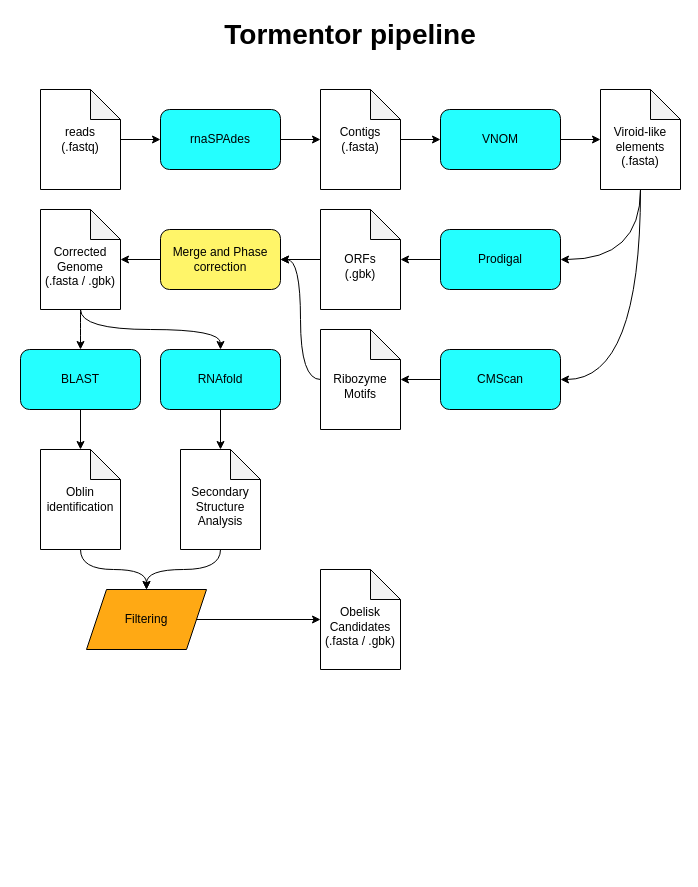
Above: assets/workflow.drawio in sutormin94/tormentor_se (draw.io), before the change. Source tidied: cells renumbered, new cells numbered last; positions are measured from the earlier drawing's top-left corner, leaving out a move shared by most shapes. Both pictures are drawn from the tidied source at 100%, with x=0, y=0 at pixel (20, 19).
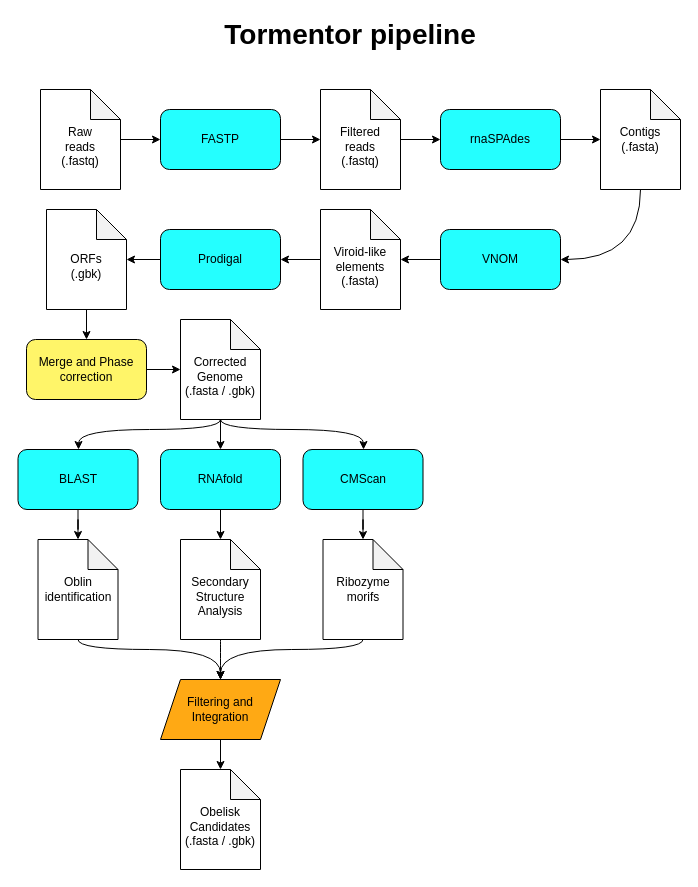
After the change.

The edit, as a diff of the source:
```diff
@@
     <mxCell id="2" value="rnaSPAdes" style="rounded=1;whiteSpace=wrap;html=1;fillColor=#24FFFF;" parent="1" vertex="1">
-      <mxGeometry x="140" y="90" width="120" height="60" as="geometry" />
+      <mxGeometry x="420" y="90" width="120" height="60" as="geometry" />
     </mxCell>
@@
-    <mxCell id="4" value="reads&lt;div&gt;(.fastq)&lt;/div&gt;" style="shape=note;whiteSpace=wrap;html=1;backgroundOutline=1;darkOpacity=0.05;" parent="1" vertex="1">
-      <mxGeometry x="20" y="70" width="80" height="100" as="geometry" />
+    <mxCell id="4" value="&lt;div&gt;&lt;br&gt;&lt;/div&gt;&lt;div&gt;Filtered&lt;/div&gt;reads&lt;div&gt;(.fastq)&lt;/div&gt;" style="shape=note;whiteSpace=wrap;html=1;backgroundOutline=1;darkOpacity=0.05;" parent="1" vertex="1">
+      <mxGeometry x="300" y="70" width="80" height="100" as="geometry" />
     </mxCell>
-    <mxCell id="5" style="edgeStyle=orthogonalEdgeStyle;rounded=0;jettySize=auto;html=1;entryX=0;entryY=0.5;entryDx=0;entryDy=0;" parent="1" edge="1" source="6" target="8">
-      <mxGeometry relative="1" as="geometry" />
+    <mxCell id="5" style="edgeStyle=orthogonalEdgeStyle;rounded=0;jettySize=auto;html=1;entryX=1;entryY=0.5;entryDx=0;entryDy=0;curved=1;" parent="1" edge="1" source="6" target="8">
+      <mxGeometry relative="1" as="geometry">
+        <Array as="points">
+          <mxPoint x="620" y="240" />
+        </Array>
+      </mxGeometry>
     </mxCell>
     <mxCell id="6" value="&lt;div&gt;Contigs&lt;/div&gt;&lt;div&gt;(.fasta)&lt;/div&gt;" style="shape=note;whiteSpace=wrap;html=1;backgroundOutline=1;darkOpacity=0.05;" parent="1" vertex="1">
-      <mxGeometry x="300" y="70" width="80" height="100" as="geometry" />
+      <mxGeometry x="580" y="70" width="80" height="100" as="geometry" />
     </mxCell>
-    <mxCell id="7" style="edgeStyle=orthogonalEdgeStyle;rounded=0;jettySize=auto;html=1;entryX=0;entryY=0.5;entryDx=0;entryDy=0;entryPerimeter=0;" parent="1" edge="1" source="2" target="6">
-      <mxGeometry relative="1" as="geometry" />
-    </mxCell>
+    <mxCell id="12" style="edgeStyle=orthogonalEdgeStyle;rounded=0;jettySize=auto;html=1;" parent="1" edge="1" source="8" target="11">
+      <mxGeometry relative="1" as="geometry" />
+    </mxCell>
     <mxCell id="8" value="VNOM" style="rounded=1;whiteSpace=wrap;html=1;fillColor=#24FFFF;" parent="1" vertex="1">
-      <mxGeometry x="420" y="90" width="120" height="60" as="geometry" />
+      <mxGeometry x="420" y="210" width="120" height="60" as="geometry" />
     </mxCell>
-    <mxCell id="9" style="edgeStyle=orthogonalEdgeStyle;rounded=0;jettySize=auto;html=1;entryX=1;entryY=0.5;entryDx=0;entryDy=0;curved=1;" parent="1" edge="1" source="11" target="14">
-      <mxGeometry relative="1" as="geometry">
-        <Array as="points">
-          <mxPoint x="620" y="240" />
-        </Array>
-      </mxGeometry>
+    <mxCell id="9" style="edgeStyle=orthogonalEdgeStyle;rounded=0;jettySize=auto;html=1;entryX=1;entryY=0.5;entryDx=0;entryDy=0;" parent="1" edge="1" source="11" target="14">
+      <mxGeometry relative="1" as="geometry" />
     </mxCell>
-    <mxCell id="10" style="edgeStyle=orthogonalEdgeStyle;rounded=0;jettySize=auto;html=1;entryX=1;entryY=0.5;entryDx=0;entryDy=0;curved=1;" parent="1" edge="1" source="11" target="18">
-      <mxGeometry relative="1" as="geometry">
-        <Array as="points">
-          <mxPoint x="620" y="360" />
-        </Array>
-      </mxGeometry>
-    </mxCell>
     <mxCell id="11" value="&lt;div&gt;&lt;br&gt;&lt;/div&gt;Viroid-like&lt;div&gt;elements&lt;/div&gt;&lt;div&gt;(.fasta)&lt;/div&gt;" style="shape=note;whiteSpace=wrap;html=1;backgroundOutline=1;darkOpacity=0.05;" parent="1" vertex="1">
-      <mxGeometry x="580" y="70" width="80" height="100" as="geometry" />
+      <mxGeometry x="300" y="190" width="80" height="100" as="geometry" />
     </mxCell>
-    <mxCell id="12" style="edgeStyle=orthogonalEdgeStyle;rounded=0;jettySize=auto;html=1;entryX=0;entryY=0.5;entryDx=0;entryDy=0;entryPerimeter=0;" parent="1" edge="1" source="8" target="11">
-      <mxGeometry relative="1" as="geometry" />
-    </mxCell>
@@
     <mxCell id="14" value="Prodigal" style="rounded=1;whiteSpace=wrap;html=1;fillColor=#24FFFF;" parent="1" vertex="1">
-      <mxGeometry x="420" y="210" width="120" height="60" as="geometry" />
+      <mxGeometry x="140" y="210" width="120" height="60" as="geometry" />
     </mxCell>
-    <mxCell id="15" style="edgeStyle=orthogonalEdgeStyle;rounded=0;jettySize=auto;html=1;" parent="1" edge="1" source="16" target="22">
+    <mxCell id="15" style="edgeStyle=orthogonalEdgeStyle;rounded=0;jettySize=auto;html=1;entryX=0.5;entryY=0;entryDx=0;entryDy=0;" parent="1" edge="1" source="16" target="22">
       <mxGeometry relative="1" as="geometry" />
     </mxCell>
     <mxCell id="16" value="&lt;div&gt;&lt;br&gt;&lt;/div&gt;ORFs&lt;div&gt;(.gbk)&lt;/div&gt;" style="shape=note;whiteSpace=wrap;html=1;backgroundOutline=1;darkOpacity=0.05;" parent="1" vertex="1">
-      <mxGeometry x="300" y="190" width="80" height="100" as="geometry" />
+      <mxGeometry x="26" y="190" width="80" height="100" as="geometry" />
     </mxCell>
-    <mxCell id="17" style="edgeStyle=orthogonalEdgeStyle;rounded=0;jettySize=auto;html=1;" parent="1" edge="1" source="18" target="20">
-      <mxGeometry relative="1" as="geometry" />
-    </mxCell>
+    <mxCell id="38" style="edgeStyle=orthogonalEdgeStyle;rounded=0;jettySize=auto;html=1;" parent="1" edge="1" source="18" target="45">
+      <mxGeometry relative="1" as="geometry" />
+    </mxCell>
     <mxCell id="18" value="CMScan" style="rounded=1;whiteSpace=wrap;html=1;fillColor=#24FFFF;" parent="1" vertex="1">
-      <mxGeometry x="420" y="330" width="120" height="60" as="geometry" />
+      <mxGeometry x="282.5" y="430" width="120" height="60" as="geometry" />
     </mxCell>
-    <mxCell id="19" style="edgeStyle=orthogonalEdgeStyle;rounded=0;jettySize=auto;html=1;entryX=1;entryY=0.5;entryDx=0;entryDy=0;curved=1;" parent="1" edge="1" source="20" target="22">
-      <mxGeometry relative="1" as="geometry" />
-    </mxCell>
-    <mxCell id="20" value="&lt;div&gt;&lt;br&gt;&lt;/div&gt;Ribozyme&lt;div&gt;Motifs&lt;/div&gt;" style="shape=note;whiteSpace=wrap;html=1;backgroundOutline=1;darkOpacity=0.05;" parent="1" vertex="1">
-      <mxGeometry x="300" y="310" width="80" height="100" as="geometry" />
-    </mxCell>
-    <mxCell id="21" style="edgeStyle=orthogonalEdgeStyle;rounded=0;jettySize=auto;html=1;" parent="1" edge="1" source="22" target="25">
-      <mxGeometry relative="1" as="geometry" />
-    </mxCell>
     <mxCell id="22" value="Merge and Phase&lt;div&gt;correction&lt;/div&gt;" style="rounded=1;whiteSpace=wrap;html=1;fillColor=#FFF569;" parent="1" vertex="1">
-      <mxGeometry x="140" y="210" width="120" height="60" as="geometry" />
+      <mxGeometry x="6" y="320" width="120" height="60" as="geometry" />
     </mxCell>
-    <mxCell id="23" style="edgeStyle=orthogonalEdgeStyle;rounded=0;jettySize=auto;html=1;entryX=0.5;entryY=0;entryDx=0;entryDy=0;curved=1;" parent="1" edge="1" source="25" target="32">
-      <mxGeometry relative="1" as="geometry" />
+    <mxCell id="23" style="edgeStyle=orthogonalEdgeStyle;rounded=0;jettySize=auto;html=1;curved=1;" parent="1" edge="1" source="25" target="32">
+      <mxGeometry relative="1" as="geometry">
+        <Array as="points">
+          <mxPoint x="200" y="410" />
+          <mxPoint x="58" y="410" />
+        </Array>
+      </mxGeometry>
     </mxCell>
-    <mxCell id="24" style="edgeStyle=orthogonalEdgeStyle;rounded=0;jettySize=auto;html=1;curved=1;" parent="1" edge="1" source="25" target="36">
-      <mxGeometry relative="1" as="geometry">
-        <Array as="points">
-          <mxPoint x="60" y="310" />
-          <mxPoint x="200" y="310" />
-        </Array>
-      </mxGeometry>
+    <mxCell id="24" style="edgeStyle=orthogonalEdgeStyle;rounded=0;jettySize=auto;html=1;" parent="1" edge="1" source="25" target="36">
+      <mxGeometry relative="1" as="geometry" />
     </mxCell>
+    <mxCell id="39" style="edgeStyle=orthogonalEdgeStyle;rounded=0;jettySize=auto;html=1;curved=1;" parent="1" edge="1" source="25" target="18">
+      <mxGeometry relative="1" as="geometry">
+        <Array as="points">
+          <mxPoint x="200" y="410" />
+          <mxPoint x="343" y="410" />
+        </Array>
+      </mxGeometry>
+    </mxCell>
     <mxCell id="25" value="&lt;div&gt;&lt;br&gt;&lt;/div&gt;&lt;div&gt;Corrected&lt;/div&gt;&lt;div&gt;Genome&lt;/div&gt;&lt;div&gt;(.fasta / .gbk)&lt;/div&gt;" style="shape=note;whiteSpace=wrap;html=1;backgroundOutline=1;darkOpacity=0.05;" parent="1" vertex="1">
-      <mxGeometry x="20" y="190" width="80" height="100" as="geometry" />
+      <mxGeometry x="160" y="300" width="80" height="100" as="geometry" />
     </mxCell>
@@
     <mxCell id="27" value="&lt;div&gt;&lt;br&gt;&lt;/div&gt;&lt;div&gt;Secondary&lt;/div&gt;&lt;div&gt;Structure&lt;/div&gt;&lt;div&gt;Analysis&lt;/div&gt;" style="shape=note;whiteSpace=wrap;html=1;backgroundOutline=1;darkOpacity=0.05;" parent="1" vertex="1">
-      <mxGeometry x="160" y="430" width="80" height="100" as="geometry" />
+      <mxGeometry x="160" y="520" width="80" height="100" as="geometry" />
     </mxCell>
-    <mxCell id="28" value="Filtering" style="shape=parallelogram;perimeter=parallelogramPerimeter;whiteSpace=wrap;html=1;fixedSize=1;fillColor=#FFA914;" parent="1" vertex="1">
-      <mxGeometry x="66" y="570" width="120" height="60" as="geometry" />
+    <mxCell id="28" value="Filtering and&lt;div&gt;Integration&lt;/div&gt;" style="shape=parallelogram;perimeter=parallelogramPerimeter;whiteSpace=wrap;html=1;fixedSize=1;fillColor=#FFA914;" parent="1" vertex="1">
+      <mxGeometry x="140" y="660" width="120" height="60" as="geometry" />
     </mxCell>
     <mxCell id="29" value="&lt;div&gt;&lt;br&gt;&lt;/div&gt;&lt;div&gt;Obelisk Candidates&lt;/div&gt;&lt;div&gt;(.fasta / .gbk)&lt;/div&gt;" style="shape=note;whiteSpace=wrap;html=1;backgroundOutline=1;darkOpacity=0.05;" parent="1" vertex="1">
-      <mxGeometry x="300" y="550" width="80" height="100" as="geometry" />
+      <mxGeometry x="160" y="750" width="80" height="100" as="geometry" />
     </mxCell>
-    <mxCell id="30" style="edgeStyle=orthogonalEdgeStyle;rounded=0;jettySize=auto;html=1;entryX=0;entryY=0.5;entryDx=0;entryDy=0;entryPerimeter=0;" parent="1" edge="1" source="28" target="29">
-      <mxGeometry relative="1" as="geometry" />
-    </mxCell>
@@
+    <mxCell id="35" style="edgeStyle=orthogonalEdgeStyle;rounded=0;jettySize=auto;html=1;" parent="1" edge="1" source="32" target="34">
+      <mxGeometry relative="1" as="geometry" />
+    </mxCell>
     <mxCell id="32" value="BLAST" style="rounded=1;whiteSpace=wrap;html=1;fillColor=#24FFFF;" parent="1" vertex="1">
-      <mxGeometry y="330" width="120" height="60" as="geometry" />
+      <mxGeometry x="-2.5" y="430" width="120" height="60" as="geometry" />
     </mxCell>
     <mxCell id="33" style="edgeStyle=orthogonalEdgeStyle;rounded=0;jettySize=auto;html=1;entryX=0.5;entryY=0;entryDx=0;entryDy=0;curved=1;" parent="1" edge="1" source="34" target="28">
-      <mxGeometry relative="1" as="geometry" />
+      <mxGeometry relative="1" as="geometry">
+        <Array as="points">
+          <mxPoint x="58" y="630" />
+          <mxPoint x="200" y="630" />
+        </Array>
+      </mxGeometry>
     </mxCell>
     <mxCell id="34" value="Oblin identification" style="shape=note;whiteSpace=wrap;html=1;backgroundOutline=1;darkOpacity=0.05;" parent="1" vertex="1">
-      <mxGeometry x="20" y="430" width="80" height="100" as="geometry" />
+      <mxGeometry x="17.5" y="520" width="80" height="100" as="geometry" />
     </mxCell>
-    <mxCell id="35" style="edgeStyle=orthogonalEdgeStyle;rounded=0;jettySize=auto;html=1;entryX=0.5;entryY=0;entryDx=0;entryDy=0;entryPerimeter=0;" parent="1" edge="1" source="32" target="34">
-      <mxGeometry relative="1" as="geometry" />
-    </mxCell>
     <mxCell id="36" value="RNAfold" style="rounded=1;whiteSpace=wrap;html=1;fillColor=#24FFFF;" parent="1" vertex="1">
-      <mxGeometry x="140" y="330" width="120" height="60" as="geometry" />
+      <mxGeometry x="140" y="430" width="120" height="60" as="geometry" />
     </mxCell>
@@
+    <mxCell id="40" style="edgeStyle=orthogonalEdgeStyle;rounded=0;jettySize=auto;html=1;entryX=0;entryY=0.5;entryDx=0;entryDy=0;" parent="1" edge="1" source="41" target="42">
+      <mxGeometry relative="1" as="geometry" />
+    </mxCell>
+    <mxCell id="41" value="&lt;div&gt;&lt;br&gt;&lt;/div&gt;&lt;div&gt;Raw&lt;/div&gt;reads&lt;div&gt;(.fastq)&lt;/div&gt;" style="shape=note;whiteSpace=wrap;html=1;backgroundOutline=1;darkOpacity=0.05;" parent="1" vertex="1">
+      <mxGeometry x="20" y="70" width="80" height="100" as="geometry" />
+    </mxCell>
+    <mxCell id="42" value="FASTP" style="rounded=1;whiteSpace=wrap;html=1;fillColor=#24FFFF;" parent="1" vertex="1">
+      <mxGeometry x="140" y="90" width="120" height="60" as="geometry" />
+    </mxCell>
+    <mxCell id="43" style="edgeStyle=orthogonalEdgeStyle;rounded=0;jettySize=auto;html=1;entryX=0;entryY=0.5;entryDx=0;entryDy=0;entryPerimeter=0;" parent="1" edge="1" source="42" target="4">
+      <mxGeometry relative="1" as="geometry" />
+    </mxCell>
+    <mxCell id="7" style="edgeStyle=orthogonalEdgeStyle;rounded=0;jettySize=auto;html=1;entryX=0;entryY=0.5;entryDx=0;entryDy=0;entryPerimeter=0;" parent="1" edge="1" source="2" target="6">
+      <mxGeometry relative="1" as="geometry" />
+    </mxCell>
+    <mxCell id="21" style="edgeStyle=orthogonalEdgeStyle;rounded=0;jettySize=auto;html=1;entryX=0;entryY=0.5;entryDx=0;entryDy=0;entryPerimeter=0;" parent="1" edge="1" source="22" target="25">
+      <mxGeometry relative="1" as="geometry" />
+    </mxCell>
+    <mxCell id="44" style="edgeStyle=orthogonalEdgeStyle;rounded=0;jettySize=auto;html=1;curved=1;" parent="1" edge="1" source="45" target="28">
+      <mxGeometry relative="1" as="geometry">
+        <Array as="points">
+          <mxPoint x="343" y="630" />
+          <mxPoint x="200" y="630" />
+        </Array>
+      </mxGeometry>
+    </mxCell>
+    <mxCell id="45" value="Ribozyme&lt;div&gt;morifs&lt;/div&gt;" style="shape=note;whiteSpace=wrap;html=1;backgroundOutline=1;darkOpacity=0.05;" parent="1" vertex="1">
+      <mxGeometry x="302.5" y="520" width="80" height="100" as="geometry" />
+    </mxCell>
+    <mxCell id="30" style="edgeStyle=orthogonalEdgeStyle;rounded=0;jettySize=auto;html=1;entryX=0.5;entryY=0;entryDx=0;entryDy=0;entryPerimeter=0;" parent="1" edge="1" source="28" target="29">
+      <mxGeometry relative="1" as="geometry" />
+    </mxCell>
```
